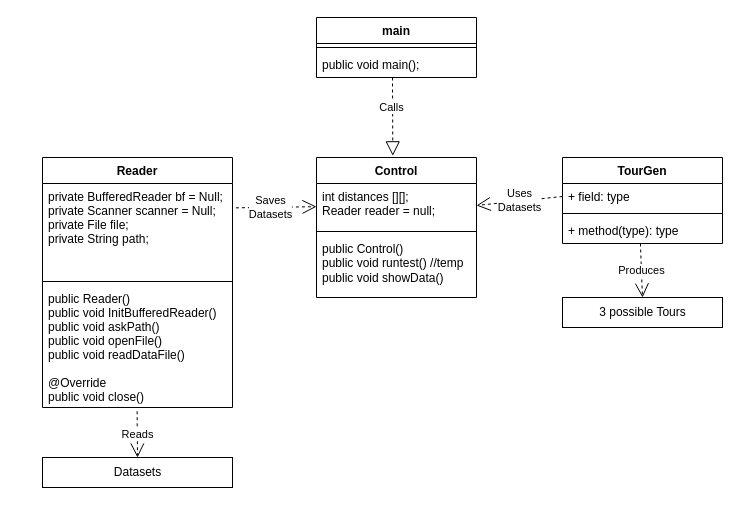
Earlier version of the draw.io diagram InformatikWettbewerb/Aufgabe3/Wandertag/Documetation/Klassendiagramm.drawio (PaulvOertzen/LSH_Informatik). Source tidied: cells renumbered, new cells numbered last; positions are measured from the earlier drawing's top-left corner, leaving out a move shared by most shapes. Both pictures are drawn from the tidied source at 100%, with x=0, y=0 at pixel (42, 17).
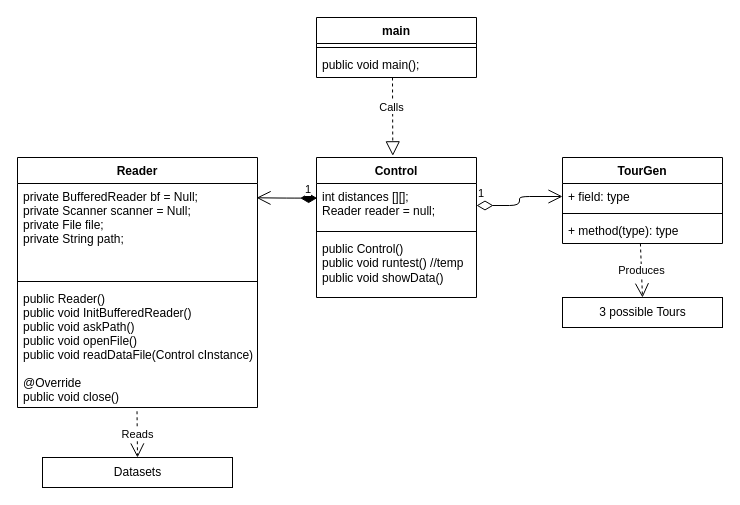
Above is the later version.

The change refers to these unchanged cells:
```xml
<mxCell id="6" value="int distances [][];&lt;div&gt;Reader reader = null;&lt;/div&gt;" style="text;strokeColor=none;fillColor=none;align=left;verticalAlign=top;spacingLeft=4;spacingRight=4;overflow=hidden;points=[[0,0.5],[1,0.5]];portConstraint=eastwest;whiteSpace=wrap;html=1;rounded=0;glass=0;" parent="5" vertex="1">
  <mxGeometry y="26" width="160" height="44" as="geometry" />
</mxCell>
<mxCell id="14" value="+ field: type" style="text;strokeColor=none;fillColor=none;align=left;verticalAlign=top;spacingLeft=4;spacingRight=4;overflow=hidden;points=[[0,0.5],[1,0.5]];portConstraint=eastwest;" parent="13" vertex="1">
  <mxGeometry y="26" width="160" height="26" as="geometry" />
</mxCell>
```

The edit, as a diff of the source:
```diff
@@
     <mxCell id="9" value="Reader" style="swimlane;fontStyle=1;align=center;verticalAlign=top;horizontal=1;startSize=26;" parent="1" vertex="1">
-      <mxGeometry y="140" width="190" height="250" as="geometry" />
+      <mxGeometry x="-25" y="140" width="240" height="250" as="geometry" />
     </mxCell>
     <mxCell id="10" value="private BufferedReader bf = Null;&#10;private Scanner scanner = Null;&#10;private File file;&#10;private String path;" style="text;strokeColor=none;fillColor=none;align=left;verticalAlign=top;spacingLeft=4;spacingRight=4;overflow=hidden;points=[[0,0.5],[1,0.5]];portConstraint=eastwest;" parent="9" vertex="1">
-      <mxGeometry y="26" width="190" height="94" as="geometry" />
+      <mxGeometry y="26" width="240" height="94" as="geometry" />
     </mxCell>
     <mxCell id="11" style="line;strokeWidth=1;fillColor=none;align=left;verticalAlign=middle;spacingTop=-1;spacingLeft=3;spacingRight=3;labelPosition=right;strokeColor=inherit;" parent="9" vertex="1">
-      <mxGeometry y="120" width="190" height="8" as="geometry" />
+      <mxGeometry y="120" width="240" height="8" as="geometry" />
     </mxCell>
-    <mxCell id="12" value="public Reader()&#10;public void InitBufferedReader()&#10;public void askPath()&#10;public void openFile()&#10;public void readDataFile()&#10;&#10;@Override&#10;public void close()" style="text;strokeColor=none;fillColor=none;align=left;verticalAlign=top;spacingLeft=4;spacingRight=4;overflow=hidden;points=[[0,0.5],[1,0.5]];portConstraint=eastwest;" parent="9" vertex="1">
-      <mxGeometry y="128" width="190" height="122" as="geometry" />
+    <mxCell id="12" value="public Reader()&#10;public void InitBufferedReader()&#10;public void askPath()&#10;public void openFile()&#10;public void readDataFile(Control cInstance)&#10;&#10;@Override&#10;public void close()" style="text;strokeColor=none;fillColor=none;align=left;verticalAlign=top;spacingLeft=4;spacingRight=4;overflow=hidden;points=[[0,0.5],[1,0.5]];portConstraint=eastwest;" parent="9" vertex="1">
+      <mxGeometry y="128" width="240" height="122" as="geometry" />
     </mxCell>
@@
-    <mxCell id="19" value="Saves&lt;br&gt;Datasets" style="endArrow=open;endSize=12;dashed=1;html=1;exitX=1.018;exitY=0.259;exitDx=0;exitDy=0;exitPerimeter=0;" parent="1" edge="1" source="10" target="6">
-      <mxGeometry x="-0.12" relative="1" as="geometry" />
-    </mxCell>
-    <mxCell id="20" value="Uses&lt;br&gt;Datasets" style="endArrow=open;endSize=12;dashed=1;html=1;entryX=1;entryY=0.5;entryDx=0;entryDy=0;exitX=0;exitY=0.5;exitDx=0;exitDy=0;" parent="1" edge="1" source="14" target="6">
-      <mxGeometry relative="1" as="geometry" />
-    </mxCell>
@@
+    <mxCell id="25" value="1&lt;br&gt;" style="endArrow=open;html=1;endSize=12;startArrow=diamondThin;startSize=14;startFill=1;edgeStyle=orthogonalEdgeStyle;align=left;verticalAlign=bottom;exitX=0.004;exitY=0.332;exitDx=0;exitDy=0;exitPerimeter=0;entryX=0.996;entryY=0.152;entryDx=0;entryDy=0;entryPerimeter=0;" parent="1" edge="1" source="6" target="10">
+      <mxGeometry x="-0.54" relative="1" as="geometry" />
+    </mxCell>
+    <mxCell id="26" value="1" style="endArrow=open;html=1;endSize=12;startArrow=diamondThin;startSize=14;startFill=0;edgeStyle=orthogonalEdgeStyle;align=left;verticalAlign=bottom;" parent="1" edge="1" source="6" target="14">
+      <mxGeometry x="-1" y="3" relative="1" as="geometry" />
+    </mxCell>
```
